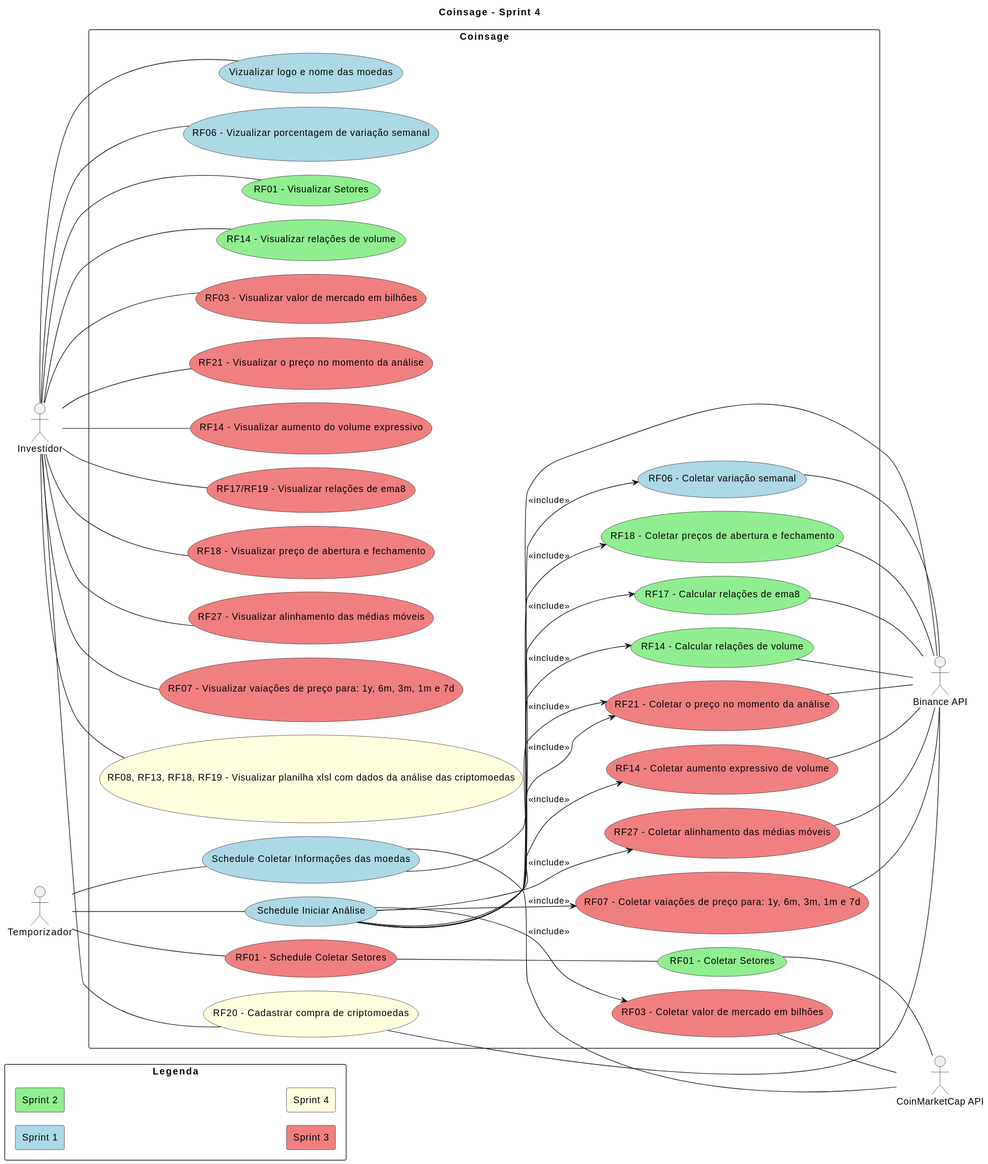
Earlier version of the PlantUML export Artefatos/diagramas/casos_de_uso/versions/svgs/current.svg (ICEI-PUC-Minas-PPLES-TI/plf-es-2024-1-ti3-8981100-coinsage).
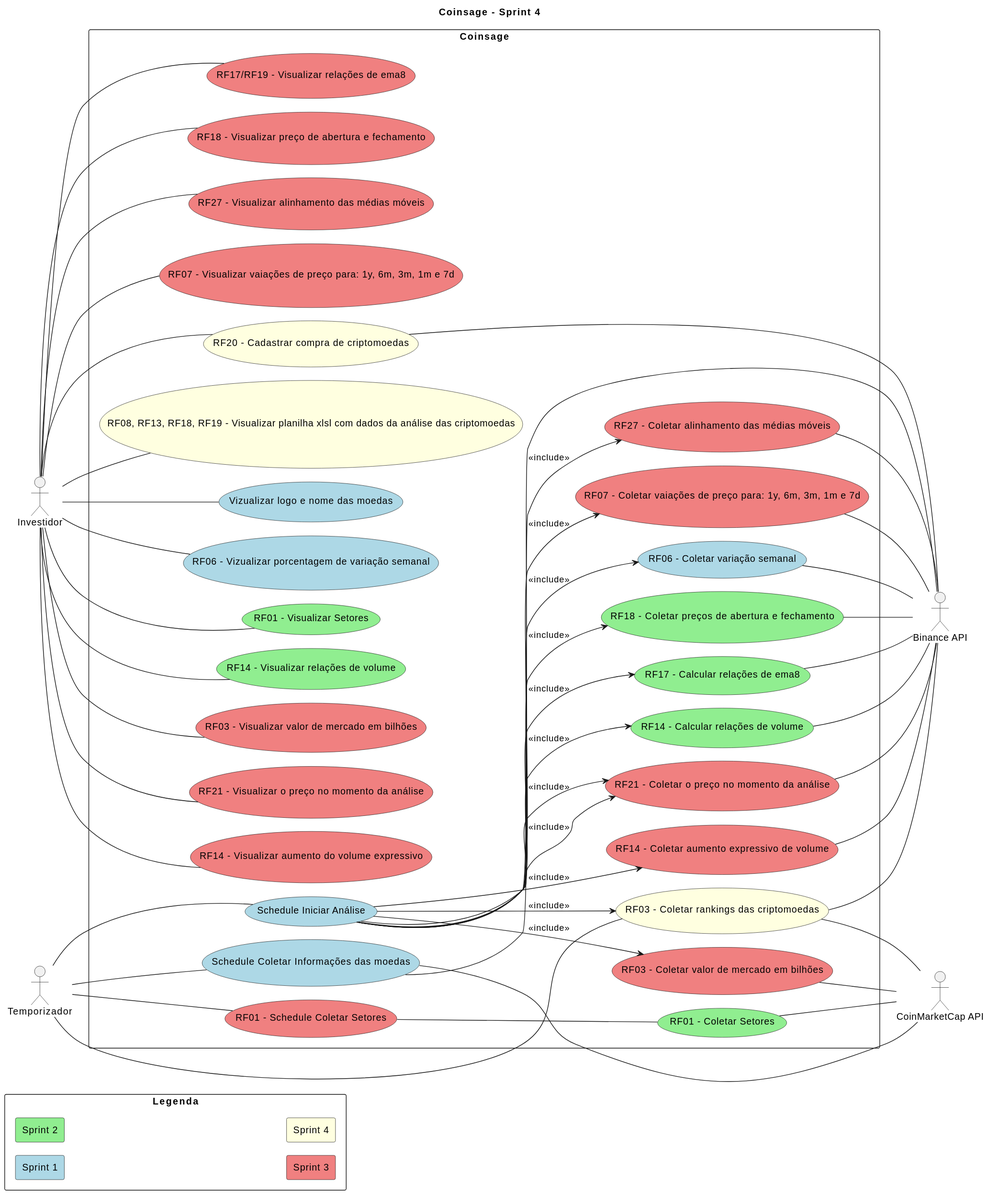
After the commit.

Commit message:
updating usecase diagram

Diff of the diagram source:
```diff
@@ -50,11 +50,13 @@
 
     usecase "RF20 - Cadastrar compra de criptomoedas" as register_cripto #LightYellow
     usecase "RF08, RF13, RF18, RF19 - Visualizar planilha xlsl com dados da análise das criptomoedas" as view_xlsl #LightYellow
+    usecase "RF03 - Coletar rankings das criptomoedas" as collect_rankings #LightYellow
 }
 
 schedule -- sch_analysis
 schedule -- sch_cripto_info
 schedule -- sch_sectors
+schedule -- collect_rankings
 
 register_cripto -- binance
 sch_cripto_info -- binance
@@ -70,6 +72,8 @@
 collect_cripto_price_variations -- binance
 sch_sectors -- collect_sectors
 collect_sectors -- cmc
+collect_rankings -- binance
+collect_rankings -- cmc
 
 investor -- view_sectors
 investor -- view_cripto_info
@@ -96,4 +100,5 @@
 sch_analysis --> collect_cripto_current_price : <<include>>
 sch_analysis --> collect_emas_aligned : <<include>>
 sch_analysis --> collect_cripto_price_variations : <<include>>
+sch_analysis --> collect_rankings : <<include>>
 @enduml
```
